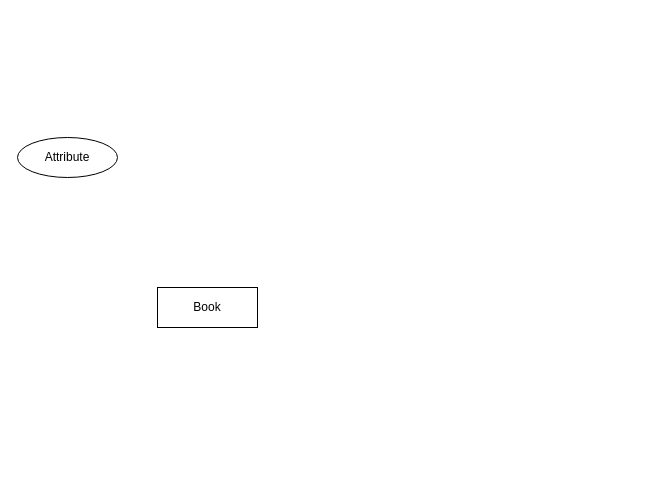
The draw.io diagram library_er.drawio in camelCaseGuy/databaseDesignDrawing, before the edit. Source tidied: cells renumbered, new cells numbered last; positions are measured from the earlier drawing's top-left corner, leaving out a move shared by most shapes. Both pictures are drawn from the tidied source at 100%, with x=0, y=0 at pixel (17, 137).
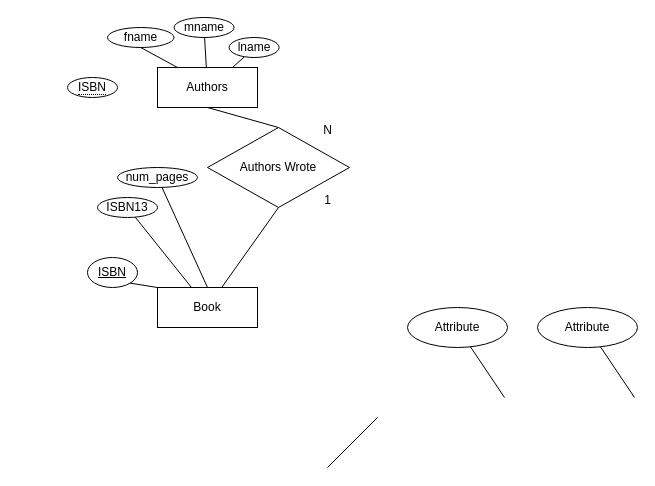
Above is the later version.

The change refers to these unchanged cells:
```xml
<mxCell id="2" value="Book" style="whiteSpace=wrap;html=1;align=center;" parent="1" vertex="1">
  <mxGeometry x="140" y="150" width="100" height="40" as="geometry" />
</mxCell>
```

The edit, as a diff of the source:
```diff
@@
-    <mxCell id="3" value="Attribute" style="ellipse;whiteSpace=wrap;html=1;align=center;" parent="1" vertex="1">
-      <mxGeometry width="100" height="40" as="geometry" />
+    <mxCell id="3" value="ISBN13" style="ellipse;whiteSpace=wrap;html=1;align=center;" parent="1" vertex="1">
+      <mxGeometry x="80" y="60" width="60" height="20" as="geometry" />
     </mxCell>
+    <mxCell id="4" style="endArrow=none;html=1;rounded=0;" parent="1" edge="1" source="2" target="3">
+      <mxGeometry relative="1" as="geometry" />
+    </mxCell>
+    <mxCell id="5" value="num_pages" style="ellipse;whiteSpace=wrap;html=1;align=center;" parent="1" vertex="1">
+      <mxGeometry x="100" y="30" width="80" height="20" as="geometry" />
+    </mxCell>
+    <mxCell id="6" style="endArrow=none;html=1;rounded=0;exitX=0.5;exitY=0;exitDx=0;exitDy=0;" parent="1" edge="1" source="2" target="5">
+      <mxGeometry relative="1" as="geometry" />
+    </mxCell>
+    <mxCell id="7" value="&lt;span style=&quot;border-bottom: 1px dotted&quot;&gt;ISBN&lt;br&gt;&lt;/span&gt;" style="ellipse;whiteSpace=wrap;html=1;align=center;" parent="1" vertex="1">
+      <mxGeometry x="50" y="-60" width="50" height="20" as="geometry" />
+    </mxCell>
+    <mxCell id="8" value="lname" style="ellipse;whiteSpace=wrap;html=1;align=center;" parent="1" vertex="1">
+      <mxGeometry x="211.6" y="-100" width="50" height="20" as="geometry" />
+    </mxCell>
+    <mxCell id="9" style="endArrow=none;html=1;rounded=0;exitX=0.75;exitY=0;exitDx=0;exitDy=0;" parent="1" edge="1" source="21" target="8">
+      <mxGeometry relative="1" as="geometry" />
+    </mxCell>
+    <mxCell id="10" value="mname" style="ellipse;whiteSpace=wrap;html=1;align=center;" parent="1" vertex="1">
+      <mxGeometry x="156.6" y="-120" width="60" height="20" as="geometry" />
+    </mxCell>
+    <mxCell id="11" style="endArrow=none;html=1;rounded=0;" parent="1" edge="1" source="21" target="10">
+      <mxGeometry relative="1" as="geometry" />
+    </mxCell>
+    <mxCell id="12" value="Attribute" style="ellipse;whiteSpace=wrap;html=1;align=center;" parent="1" vertex="1">
+      <mxGeometry x="520" y="170" width="100" height="40" as="geometry" />
+    </mxCell>
+    <mxCell id="13" style="endArrow=none;html=1;rounded=0;" parent="1" edge="1" target="12">
+      <mxGeometry relative="1" as="geometry">
+        <mxPoint x="617" y="260" as="sourcePoint" />
+      </mxGeometry>
+    </mxCell>
+    <mxCell id="14" value="Attribute" style="ellipse;whiteSpace=wrap;html=1;align=center;" parent="1" vertex="1">
+      <mxGeometry x="390" y="170" width="100" height="40" as="geometry" />
+    </mxCell>
+    <mxCell id="15" style="endArrow=none;html=1;rounded=0;" parent="1" edge="1" target="14">
+      <mxGeometry relative="1" as="geometry">
+        <mxPoint x="487" y="260" as="sourcePoint" />
+      </mxGeometry>
+    </mxCell>
+    <mxCell id="16" value="fname" style="ellipse;whiteSpace=wrap;html=1;align=center;" parent="1" vertex="1">
+      <mxGeometry x="90" y="-110" width="66.5" height="20" as="geometry" />
+    </mxCell>
+    <mxCell id="17" style="endArrow=none;html=1;rounded=0;exitX=0.2;exitY=0;exitDx=0;exitDy=0;exitPerimeter=0;entryX=0.5;entryY=1;entryDx=0;entryDy=0;" parent="1" edge="1" source="21" target="16">
+      <mxGeometry relative="1" as="geometry" />
+    </mxCell>
+    <mxCell id="18" value="ISBN" style="ellipse;whiteSpace=wrap;html=1;align=center;fontStyle=4;" parent="1" vertex="1">
+      <mxGeometry x="70" y="120" width="50" height="30" as="geometry" />
+    </mxCell>
+    <mxCell id="19" style="endArrow=none;html=1;rounded=0;" parent="1" edge="1">
+      <mxGeometry relative="1" as="geometry">
+        <mxPoint x="310" y="330" as="sourcePoint" />
+        <mxPoint x="360" y="280" as="targetPoint" />
+      </mxGeometry>
+    </mxCell>
+    <mxCell id="20" style="endArrow=none;html=1;rounded=0;entryX=1;entryY=1;entryDx=0;entryDy=0;exitX=0;exitY=0;exitDx=0;exitDy=0;" parent="1" edge="1" source="2" target="18">
+      <mxGeometry relative="1" as="geometry" />
+    </mxCell>
+    <mxCell id="21" value="Authors" style="whiteSpace=wrap;html=1;align=center;" parent="1" vertex="1">
+      <mxGeometry x="140" y="-70" width="100" height="40" as="geometry" />
+    </mxCell>
+    <mxCell id="22" style="endArrow=none;html=1;rounded=0;entryX=0.5;entryY=1;entryDx=0;entryDy=0;exitX=0.5;exitY=0;exitDx=0;exitDy=0;" parent="1" edge="1" source="24" target="21">
+      <mxGeometry relative="1" as="geometry" />
+    </mxCell>
+    <mxCell id="23" style="rounded=0;jettySize=auto;html=1;endArrow=none;endFill=0;exitX=0.5;exitY=1;exitDx=0;exitDy=0;" parent="1" edge="1" source="24" target="2">
+      <mxGeometry relative="1" as="geometry" />
+    </mxCell>
+    <mxCell id="24" value="Authors Wrote" style="rhombus;whiteSpace=wrap;html=1;" parent="1" vertex="1">
+      <mxGeometry x="190" y="-10" width="142" height="80" as="geometry" />
+    </mxCell>
+    <mxCell id="25" value="N" style="text;html=1;align=center;verticalAlign=middle;strokeColor=none;fillColor=none;" parent="1" vertex="1">
+      <mxGeometry x="295" y="-22" width="30" height="30" as="geometry" />
+    </mxCell>
+    <mxCell id="26" value="1" style="text;html=1;align=center;verticalAlign=middle;strokeColor=none;fillColor=none;" parent="1" vertex="1">
+      <mxGeometry x="295" y="48" width="30" height="30" as="geometry" />
+    </mxCell>
```
